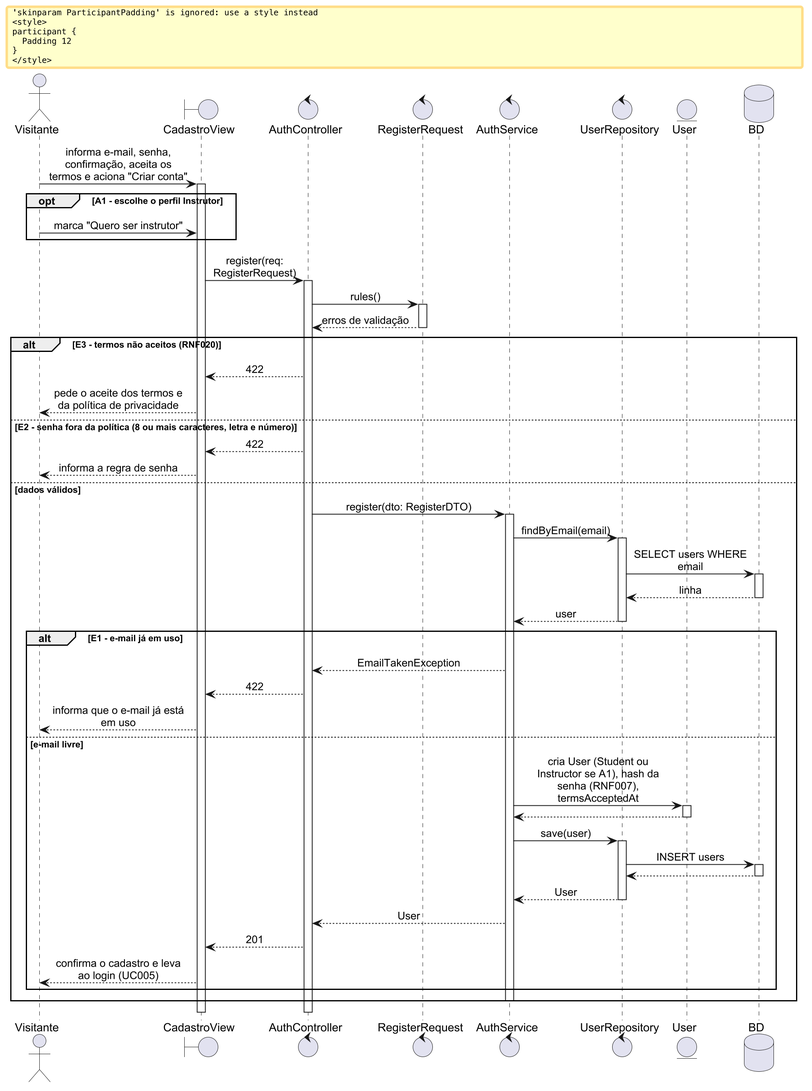
Above: especificacao/diagramas/14-sequencia-uc012.png in Plataforma-de-Cursos-TCC/plataforma-cursos-docs (PlantUML), before the change.
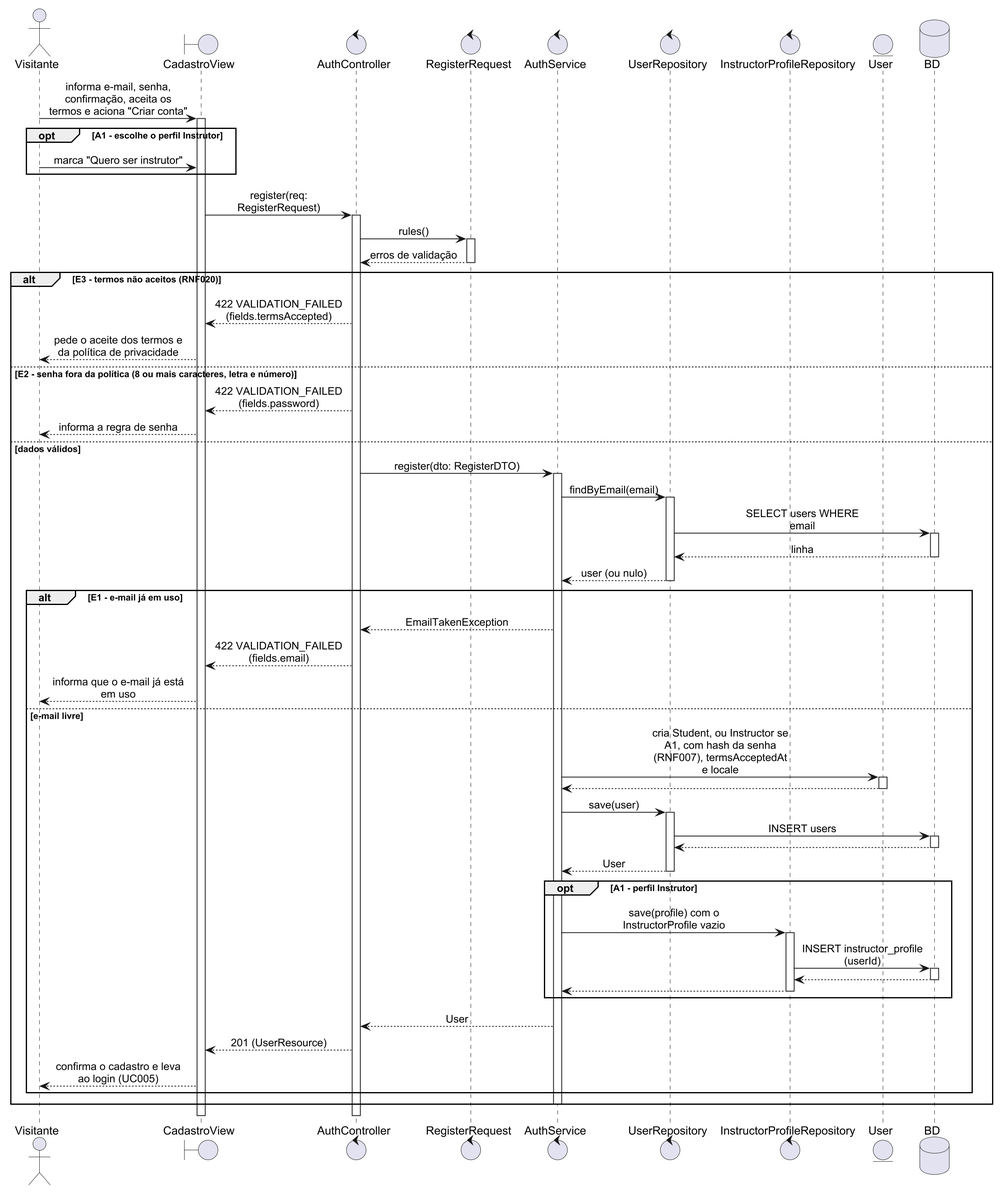
After the commit.

What changed in the source:
```diff
@@ -5,7 +5,6 @@
 skinparam sequenceMessageAlign center
 skinparam responseMessageBelowArrow true
 skinparam wrapMessageWidth 170
-skinparam ParticipantPadding 12
 skinparam BoxPadding 8
 
 actor Visitante as VIS
@@ -14,6 +13,7 @@
 control RegisterRequest as Q
 control AuthService as S
 control UserRepository as R
+control InstructorProfileRepository as IR
 entity User as U
 database BD
 
@@ -25,30 +25,36 @@
 C -> Q ++ : rules()
 Q --> C -- : erros de validação
 alt E3 - termos não aceitos (RNF020)
-  C --> V : 422
+  C --> V : 422 VALIDATION_FAILED (fields.termsAccepted)
   V --> VIS : pede o aceite dos termos e da política de privacidade
 else E2 - senha fora da política (8 ou mais caracteres, letra e número)
-  C --> V : 422
+  C --> V : 422 VALIDATION_FAILED (fields.password)
   V --> VIS : informa a regra de senha
 else dados válidos
   C -> S ++ : register(dto: RegisterDTO)
   S -> R ++ : findByEmail(email)
   R -> BD ++ : SELECT users WHERE email
   BD --> R -- : linha
-  R --> S -- : user
+  R --> S -- : user (ou nulo)
   alt E1 - e-mail já em uso
     S --> C : EmailTakenException
-    C --> V : 422
+    C --> V : 422 VALIDATION_FAILED (fields.email)
     V --> VIS : informa que o e-mail já está em uso
   else e-mail livre
-    S -> U ++ : cria User (Student ou Instructor se A1), hash da senha (RNF007), termsAcceptedAt
+    S -> U ++ : cria Student, ou Instructor se A1, com hash da senha (RNF007), termsAcceptedAt e locale
     U --> S --
     S -> R ++ : save(user)
     R -> BD ++ : INSERT users
     BD --> R --
     R --> S -- : User
+    opt A1 - perfil Instrutor
+      S -> IR ++ : save(profile) com o InstructorProfile vazio
+      IR -> BD ++ : INSERT instructor_profile (userId)
+      BD --> IR --
+      IR --> S --
+    end
     S --> C : User
-    C --> V : 201
+    C --> V : 201 (UserResource)
     V --> VIS : confirma o cadastro e leva ao login (UC005)
   end
   deactivate S
```
